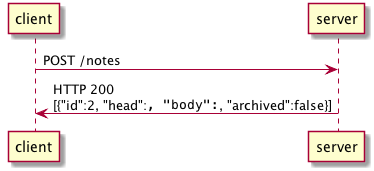
EvilKhaosKat/notes-sharing keeps this PlantUML diagram as docs/images/notes/post_create_new_positive.png. Above is the earlier version.
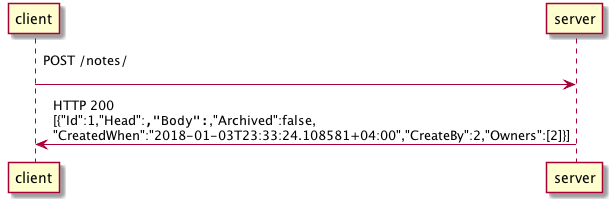
After the commit.

Commit message:
NS-8 Put/delete notes api docs

Diff of the diagram source:
```diff
@@ -1,4 +1,4 @@
 @startuml
-client -> server: POST /notes
-server -> client: HTTP 200\n[{"id":2, "head":"", "body":"", "archived":false}]
+client -> server: POST /notes/\n
+server -> client: HTTP 200\n[{"Id":1,"Head":"","Body":"","Archived":false,\n"CreatedWhen":"2018-01-03T23:33:24.108581+04:00","CreateBy":2,"Owners":[2]}]
 @enduml
```
